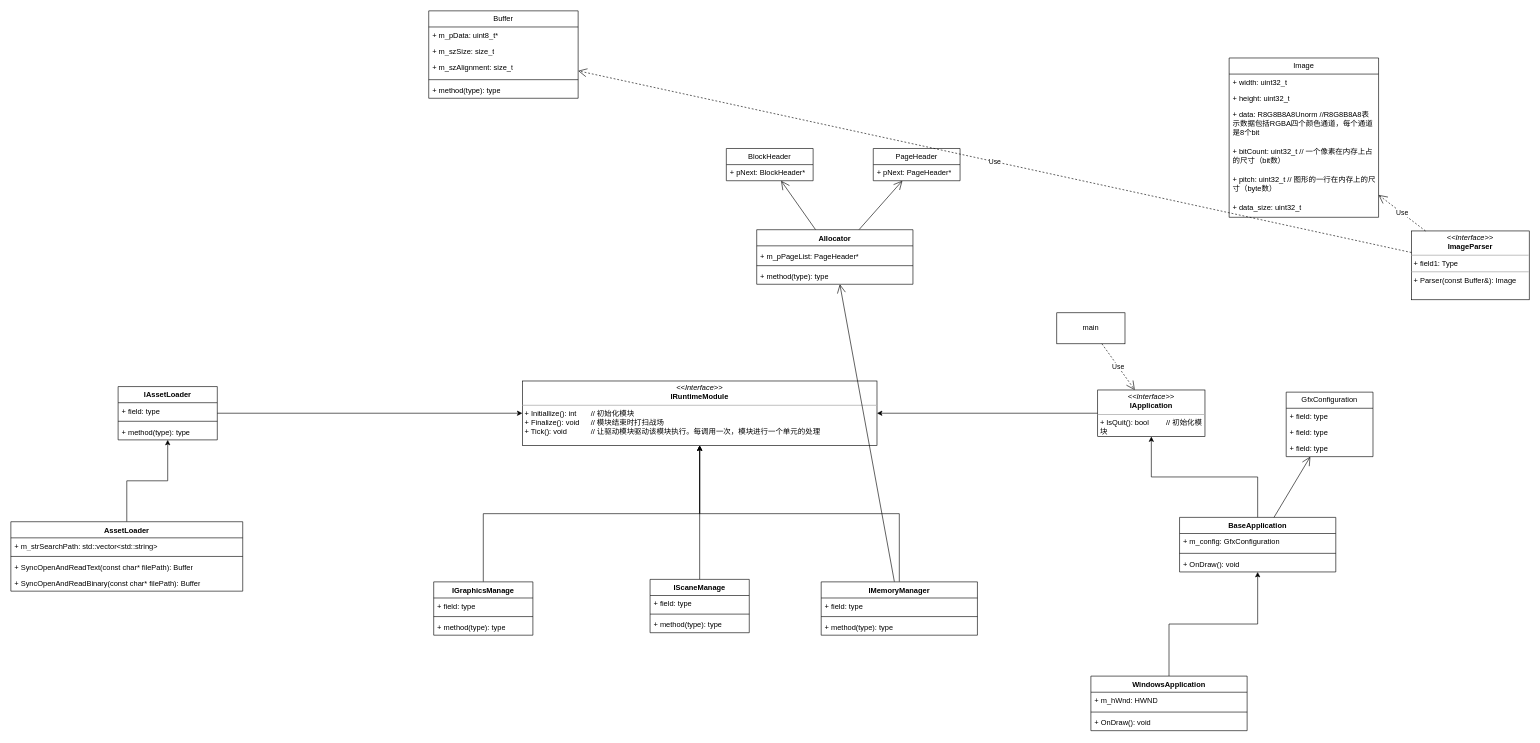
The draw.io diagram page "总图" (1 of 7) of GameEngine.drawio in yzscodehub/Resource, before the edit. Source tidied: cells renumbered, new cells numbered last; positions are measured from the earlier drawing's top-left corner, leaving out a move shared by most shapes. Both pictures are drawn from the tidied source at 62%, with x=0, y=0 at pixel (11, 11).
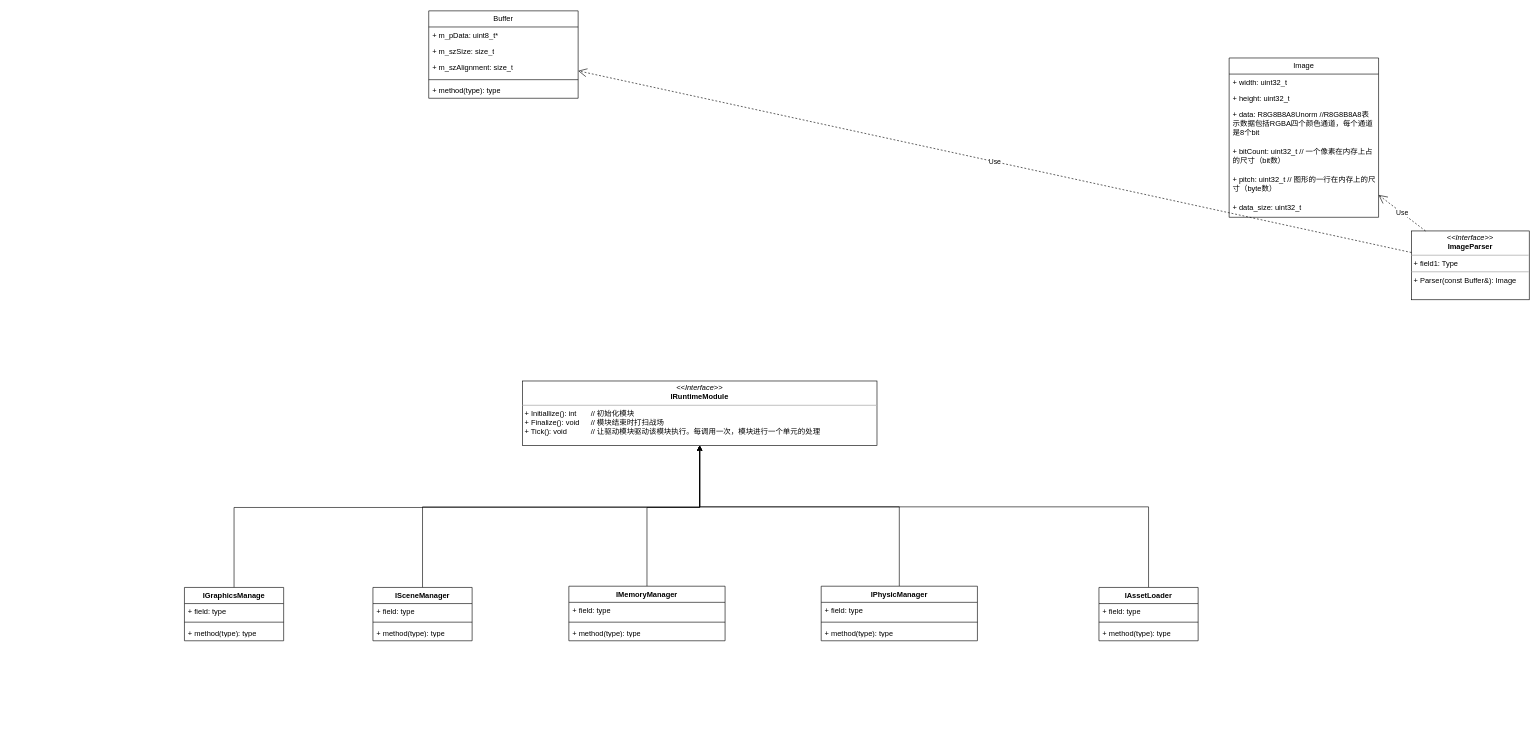
Above is the later version.

Unchanged cells that the change refers to:
```xml
<mxCell id="2" value="&lt;p style=&quot;margin:0px;margin-top:4px;text-align:center;&quot;&gt;&lt;i&gt;&amp;lt;&amp;lt;Interface&amp;gt;&amp;gt;&lt;/i&gt;&lt;br&gt;&lt;b&gt;IRuntimeModule&lt;/b&gt;&lt;/p&gt;&lt;hr size=&quot;1&quot;&gt;&lt;p style=&quot;margin:0px;margin-left:4px;&quot;&gt;+ Initiallize(): int&amp;nbsp;&lt;span style=&quot;&quot;&gt;&lt;span style=&quot;white-space: pre;&quot;&gt;&amp;nbsp;&amp;nbsp;&amp;nbsp;&amp;nbsp;&lt;span style=&quot;white-space: pre;&quot;&gt;&#9;&lt;/span&gt;&lt;/span&gt;&lt;/span&gt;// 初始化模块&lt;br&gt;+ Finalize(): void&lt;span style=&quot;&quot;&gt;&lt;span style=&quot;white-space: pre;&quot;&gt;&amp;nbsp;&amp;nbsp;&amp;nbsp;&lt;span style=&quot;white-space: pre;&quot;&gt;&#9;&lt;/span&gt;&lt;/span&gt;&lt;/span&gt;// 模块结束时打扫战场&lt;/p&gt;&lt;p style=&quot;margin:0px;margin-left:4px;&quot;&gt;+ Tick(): void&amp;nbsp;&lt;span style=&quot;&quot;&gt;&lt;span style=&quot;white-space: pre;&quot;&gt;&amp;nbsp;&amp;nbsp;&amp;nbsp;&amp;nbsp;&lt;/span&gt;&lt;/span&gt;&lt;span style=&quot;&quot;&gt;&lt;span style=&quot;white-space: pre;&quot;&gt;&amp;nbsp;&amp;nbsp;&amp;nbsp;&amp;nbsp;&lt;span style=&quot;white-space: pre;&quot;&gt;&#9;&lt;/span&gt;&lt;/span&gt;&lt;/span&gt;// 让驱动模块驱动该模块执行。每调用一次，模块进行一个单元的处理&lt;/p&gt;" style="verticalAlign=top;align=left;overflow=fill;fontSize=12;fontFamily=Helvetica;html=1;whiteSpace=wrap;" parent="1" vertex="1">
  <mxGeometry x="825" y="597" width="572" height="104" as="geometry" />
</mxCell>
```

Diff of the diagram source:
```diff
@@
-    <mxCell id="3" style="edgeStyle=orthogonalEdgeStyle;rounded=0;jettySize=auto;html=1;" parent="1" edge="1" source="4" target="2">
-      <mxGeometry relative="1" as="geometry" />
-    </mxCell>
-    <mxCell id="4" value="&lt;p style=&quot;margin:0px;margin-top:4px;text-align:center;&quot;&gt;&lt;i&gt;&amp;lt;&amp;lt;Interface&amp;gt;&amp;gt;&lt;/i&gt;&lt;br&gt;&lt;b&gt;IApplication&lt;/b&gt;&lt;/p&gt;&lt;hr size=&quot;1&quot;&gt;&lt;p style=&quot;margin:0px;margin-left:4px;&quot;&gt;+ IsQuit(): bool&amp;nbsp;&lt;span style=&quot;&quot;&gt;&lt;span style=&quot;white-space: pre;&quot;&gt;&amp;nbsp;&amp;nbsp;&amp;nbsp;&amp;nbsp;&lt;span style=&quot;white-space: pre;&quot;&gt;&#9;&lt;/span&gt;&lt;/span&gt;&lt;/span&gt;// 初始化模块&lt;br&gt;&lt;/p&gt;" style="verticalAlign=top;align=left;overflow=fill;fontSize=12;fontFamily=Helvetica;html=1;whiteSpace=wrap;" parent="1" vertex="1">
-      <mxGeometry x="1753" y="611.5" width="173" height="75" as="geometry" />
-    </mxCell>
-    <mxCell id="5" value="main" style="html=1;whiteSpace=wrap;" parent="1" vertex="1">
-      <mxGeometry x="1687" y="487" width="110" height="50" as="geometry" />
-    </mxCell>
-    <mxCell id="6" value="Use" style="endArrow=open;endSize=12;dashed=1;html=1;rounded=0;" parent="1" edge="1" source="5" target="4">
-      <mxGeometry relative="1" as="geometry" />
-    </mxCell>
     <mxCell id="7" style="edgeStyle=orthogonalEdgeStyle;rounded=0;jettySize=auto;html=1;" parent="1" edge="1" source="10" target="2">
-      <mxGeometry relative="1" as="geometry" />
+      <mxGeometry relative="1" as="geometry">
+        <Array as="points">
+          <mxPoint x="1026" y="801" />
+          <mxPoint x="1111" y="801" />
+        </Array>
+      </mxGeometry>
     </mxCell>
-    <mxCell id="8" style="edgeStyle=orthogonalEdgeStyle;rounded=0;jettySize=auto;html=1;" parent="1" edge="1" source="14" target="2">
-      <mxGeometry relative="1" as="geometry" />
-    </mxCell>
-    <mxCell id="9" style="endArrow=open;endFill=1;endSize=12;html=1;rounded=0;" parent="1" edge="1" source="10" target="24">
-      <mxGeometry relative="1" as="geometry" />
-    </mxCell>
     <mxCell id="10" value="IMemoryManager" style="swimlane;fontStyle=1;align=center;verticalAlign=top;horizontal=1;startSize=26;whiteSpace=wrap;html=1;" parent="1" vertex="1">
-      <mxGeometry x="1307" y="921" width="252" height="86" as="geometry" />
+      <mxGeometry x="900" y="928" width="252" height="88" as="geometry" />
     </mxCell>
-    <mxCell id="11" value="+ field: type" style="text;strokeColor=none;fillColor=none;align=left;verticalAlign=top;spacingLeft=4;spacingRight=4;overflow=hidden;whiteSpace=wrap;html=1;" parent="10" vertex="1">
-      <mxGeometry y="26" width="252" height="26" as="geometry" />
-    </mxCell>
+    <mxCell id="75" value="+ field: type" style="text;strokeColor=none;fillColor=none;align=left;verticalAlign=top;spacingLeft=4;spacingRight=4;overflow=hidden;whiteSpace=wrap;html=1;" parent="10" vertex="1">
+      <mxGeometry y="26" width="252" height="28" as="geometry" />
+    </mxCell>
     <mxCell id="12" style="line;strokeWidth=1;fillColor=none;align=left;verticalAlign=middle;spacingTop=-1;spacingLeft=3;spacingRight=3;labelPosition=right;strokeColor=inherit;" parent="10" vertex="1">
-      <mxGeometry y="52" width="252" height="8" as="geometry" />
+      <mxGeometry y="54" width="252" height="8" as="geometry" />
     </mxCell>
     <mxCell id="13" value="+ method(type): type" style="text;strokeColor=none;fillColor=none;align=left;verticalAlign=top;spacingLeft=4;spacingRight=4;overflow=hidden;whiteSpace=wrap;html=1;" parent="10" vertex="1">
-      <mxGeometry y="60" width="252" height="26" as="geometry" />
+      <mxGeometry y="62" width="252" height="26" as="geometry" />
     </mxCell>
+    <mxCell id="8" style="edgeStyle=orthogonalEdgeStyle;rounded=0;jettySize=auto;html=1;" parent="1" edge="1" source="14" target="2">
+      <mxGeometry relative="1" as="geometry">
+        <Array as="points">
+          <mxPoint x="360" y="801" />
+          <mxPoint x="1111" y="801" />
+        </Array>
+      </mxGeometry>
+    </mxCell>
     <mxCell id="14" value="IGraphicsManage" style="swimlane;fontStyle=1;align=center;verticalAlign=top;horizontal=1;startSize=26;whiteSpace=wrap;html=1;" parent="1" vertex="1">
-      <mxGeometry x="682" y="921" width="160" height="86" as="geometry" />
+      <mxGeometry x="280" y="930" width="160" height="86" as="geometry" />
     </mxCell>
@@
-    <mxCell id="18" value="BlockHeader" style="swimlane;fontStyle=0;horizontal=1;startSize=26;fillColor=none;whiteSpace=wrap;html=1;" parent="1" vertex="1">
-      <mxGeometry x="1154" y="222" width="140" height="52" as="geometry" />
-    </mxCell>
-    <mxCell id="19" value="+ pNext: BlockHeader*" style="text;strokeColor=none;fillColor=none;align=left;verticalAlign=top;spacingLeft=4;spacingRight=4;overflow=hidden;whiteSpace=wrap;html=1;" parent="18" vertex="1">
-      <mxGeometry y="26" width="140" height="26" as="geometry" />
-    </mxCell>
-    <mxCell id="20" value="PageHeader" style="swimlane;fontStyle=0;horizontal=1;startSize=26;fillColor=none;whiteSpace=wrap;html=1;" parent="1" vertex="1">
-      <mxGeometry x="1391" y="222" width="140" height="52" as="geometry" />
-    </mxCell>
-    <mxCell id="21" value="+ pNext: PageHeader*" style="text;strokeColor=none;fillColor=none;align=left;verticalAlign=top;spacingLeft=4;spacingRight=4;overflow=hidden;whiteSpace=wrap;html=1;" parent="20" vertex="1">
-      <mxGeometry y="26" width="140" height="26" as="geometry" />
-    </mxCell>
-    <mxCell id="22" style="endArrow=open;endFill=1;endSize=12;html=1;rounded=0;" parent="1" edge="1" source="24" target="18">
-      <mxGeometry relative="1" as="geometry" />
-    </mxCell>
-    <mxCell id="23" style="endArrow=open;endFill=1;endSize=12;html=1;rounded=0;" parent="1" edge="1" source="24" target="20">
-      <mxGeometry relative="1" as="geometry" />
-    </mxCell>
-    <mxCell id="24" value="&lt;b style=&quot;border-color: var(--border-color);&quot;&gt;Allocator&lt;/b&gt;" style="swimlane;fontStyle=1;align=center;verticalAlign=top;horizontal=1;startSize=26;whiteSpace=wrap;html=1;" parent="1" vertex="1">
-      <mxGeometry x="1203" y="353" width="252" height="88" as="geometry" />
-    </mxCell>
-    <mxCell id="25" value="&lt;p style=&quot;border-color: var(--border-color); margin: 4px 0px 0px; text-align: center;&quot;&gt;&lt;span style=&quot;background-color: initial; text-align: left;&quot;&gt;+ m_pPageList: PageHeader*&lt;/span&gt;&lt;/p&gt;" style="text;strokeColor=none;fillColor=none;align=left;verticalAlign=top;spacingLeft=4;spacingRight=4;overflow=hidden;whiteSpace=wrap;html=1;" parent="24" vertex="1">
-      <mxGeometry y="26" width="252" height="28" as="geometry" />
-    </mxCell>
-    <mxCell id="26" style="line;strokeWidth=1;fillColor=none;align=left;verticalAlign=middle;spacingTop=-1;spacingLeft=3;spacingRight=3;labelPosition=right;strokeColor=inherit;" parent="24" vertex="1">
-      <mxGeometry y="54" width="252" height="8" as="geometry" />
-    </mxCell>
-    <mxCell id="27" value="+ method(type): type" style="text;strokeColor=none;fillColor=none;align=left;verticalAlign=top;spacingLeft=4;spacingRight=4;overflow=hidden;whiteSpace=wrap;html=1;" parent="24" vertex="1">
-      <mxGeometry y="62" width="252" height="26" as="geometry" />
-    </mxCell>
@@
-    <mxCell id="44" style="edgeStyle=orthogonalEdgeStyle;rounded=0;jettySize=auto;html=1;" parent="1" edge="1" source="45" target="4">
-      <mxGeometry relative="1" as="geometry" />
-    </mxCell>
-    <mxCell id="45" value="BaseApplication" style="swimlane;fontStyle=1;align=center;verticalAlign=top;horizontal=1;startSize=26;whiteSpace=wrap;html=1;" parent="1" vertex="1">
-      <mxGeometry x="1885" y="817" width="252" height="88" as="geometry" />
-    </mxCell>
-    <mxCell id="46" value="+ m_config:&amp;nbsp;GfxConfiguration" style="text;strokeColor=none;fillColor=none;align=left;verticalAlign=top;spacingLeft=4;spacingRight=4;overflow=hidden;whiteSpace=wrap;html=1;" parent="45" vertex="1">
-      <mxGeometry y="26" width="252" height="28" as="geometry" />
-    </mxCell>
-    <mxCell id="47" style="line;strokeWidth=1;fillColor=none;align=left;verticalAlign=middle;spacingTop=-1;spacingLeft=3;spacingRight=3;labelPosition=right;strokeColor=inherit;" parent="45" vertex="1">
-      <mxGeometry y="54" width="252" height="8" as="geometry" />
-    </mxCell>
-    <mxCell id="48" value="+ OnDraw(): void" style="text;strokeColor=none;fillColor=none;align=left;verticalAlign=top;spacingLeft=4;spacingRight=4;overflow=hidden;whiteSpace=wrap;html=1;" parent="45" vertex="1">
-      <mxGeometry y="62" width="252" height="26" as="geometry" />
-    </mxCell>
-    <mxCell id="49" value="GfxConfiguration" style="swimlane;fontStyle=0;horizontal=1;startSize=26;fillColor=none;whiteSpace=wrap;html=1;" parent="1" vertex="1">
-      <mxGeometry x="2057" y="615" width="140" height="104" as="geometry" />
-    </mxCell>
-    <mxCell id="50" value="+ field: type" style="text;strokeColor=none;fillColor=none;align=left;verticalAlign=top;spacingLeft=4;spacingRight=4;overflow=hidden;whiteSpace=wrap;html=1;" parent="49" vertex="1">
-      <mxGeometry y="26" width="140" height="26" as="geometry" />
-    </mxCell>
-    <mxCell id="51" value="+ field: type" style="text;strokeColor=none;fillColor=none;align=left;verticalAlign=top;spacingLeft=4;spacingRight=4;overflow=hidden;whiteSpace=wrap;html=1;" parent="49" vertex="1">
-      <mxGeometry y="52" width="140" height="26" as="geometry" />
-    </mxCell>
-    <mxCell id="52" value="+ field: type" style="text;strokeColor=none;fillColor=none;align=left;verticalAlign=top;spacingLeft=4;spacingRight=4;overflow=hidden;whiteSpace=wrap;html=1;" parent="49" vertex="1">
-      <mxGeometry y="78" width="140" height="26" as="geometry" />
-    </mxCell>
-    <mxCell id="53" style="endArrow=open;endFill=1;endSize=12;html=1;rounded=0;" parent="1" edge="1" source="45" target="49">
-      <mxGeometry relative="1" as="geometry" />
-    </mxCell>
-    <mxCell id="54" style="edgeStyle=orthogonalEdgeStyle;rounded=0;jettySize=auto;html=1;" parent="1" edge="1" source="55" target="45">
-      <mxGeometry relative="1" as="geometry" />
-    </mxCell>
-    <mxCell id="55" value="WindowsApplication" style="swimlane;fontStyle=1;align=center;verticalAlign=top;horizontal=1;startSize=26;whiteSpace=wrap;html=1;" parent="1" vertex="1">
-      <mxGeometry x="1742" y="1073" width="252" height="88" as="geometry" />
-    </mxCell>
-    <mxCell id="56" value="+ m_hWnd:&amp;nbsp;HWND" style="text;strokeColor=none;fillColor=none;align=left;verticalAlign=top;spacingLeft=4;spacingRight=4;overflow=hidden;whiteSpace=wrap;html=1;" parent="55" vertex="1">
-      <mxGeometry y="26" width="252" height="28" as="geometry" />
-    </mxCell>
-    <mxCell id="57" style="line;strokeWidth=1;fillColor=none;align=left;verticalAlign=middle;spacingTop=-1;spacingLeft=3;spacingRight=3;labelPosition=right;strokeColor=inherit;" parent="55" vertex="1">
-      <mxGeometry y="54" width="252" height="8" as="geometry" />
-    </mxCell>
-    <mxCell id="58" value="+ OnDraw(): void" style="text;strokeColor=none;fillColor=none;align=left;verticalAlign=top;spacingLeft=4;spacingRight=4;overflow=hidden;whiteSpace=wrap;html=1;" parent="55" vertex="1">
-      <mxGeometry y="62" width="252" height="26" as="geometry" />
-    </mxCell>
-    <mxCell id="59" style="edgeStyle=orthogonalEdgeStyle;rounded=0;jettySize=auto;html=1;" parent="1" edge="1" source="71" target="2">
-      <mxGeometry relative="1" as="geometry" />
-    </mxCell>
-    <mxCell id="60" style="edgeStyle=orthogonalEdgeStyle;rounded=0;jettySize=auto;html=1;" parent="1" edge="1" source="61" target="71">
-      <mxGeometry relative="1" as="geometry" />
-    </mxCell>
-    <mxCell id="61" value="AssetLoader" style="swimlane;fontStyle=1;align=center;verticalAlign=top;horizontal=1;startSize=26;whiteSpace=wrap;html=1;" parent="1" vertex="1">
-      <mxGeometry y="824" width="374" height="112" as="geometry" />
-    </mxCell>
-    <mxCell id="62" value="+ m_strSearchPath: std::vector&amp;lt;std::string&amp;gt;" style="text;strokeColor=none;fillColor=none;align=left;verticalAlign=top;spacingLeft=4;spacingRight=4;overflow=hidden;whiteSpace=wrap;html=1;" parent="61" vertex="1">
-      <mxGeometry y="26" width="374" height="26" as="geometry" />
-    </mxCell>
-    <mxCell id="63" style="line;strokeWidth=1;fillColor=none;align=left;verticalAlign=middle;spacingTop=-1;spacingLeft=3;spacingRight=3;labelPosition=right;strokeColor=inherit;" parent="61" vertex="1">
-      <mxGeometry y="52" width="374" height="8" as="geometry" />
-    </mxCell>
-    <mxCell id="64" value="+ SyncOpenAndReadText(const char* filePath): Buffer" style="text;strokeColor=none;fillColor=none;align=left;verticalAlign=top;spacingLeft=4;spacingRight=4;overflow=hidden;whiteSpace=wrap;html=1;" parent="61" vertex="1">
-      <mxGeometry y="60" width="374" height="26" as="geometry" />
-    </mxCell>
-    <mxCell id="65" value="+ SyncOpenAndReadBinary(const char* filePath): Buffer" style="text;strokeColor=none;fillColor=none;align=left;verticalAlign=top;spacingLeft=4;spacingRight=4;overflow=hidden;whiteSpace=wrap;html=1;" parent="61" vertex="1">
-      <mxGeometry y="86" width="374" height="26" as="geometry" />
-    </mxCell>
     <mxCell id="66" style="edgeStyle=orthogonalEdgeStyle;rounded=0;jettySize=auto;html=1;" parent="1" edge="1" source="67" target="2">
-      <mxGeometry relative="1" as="geometry" />
+      <mxGeometry relative="1" as="geometry">
+        <Array as="points">
+          <mxPoint x="664" y="800" />
+          <mxPoint x="1111" y="800" />
+        </Array>
+      </mxGeometry>
     </mxCell>
-    <mxCell id="67" value="IScaneManage" style="swimlane;fontStyle=1;align=center;verticalAlign=top;horizontal=1;startSize=26;whiteSpace=wrap;html=1;" parent="1" vertex="1">
-      <mxGeometry x="1031" y="917" width="160" height="86" as="geometry" />
+    <mxCell id="67" value="ISceneManager" style="swimlane;fontStyle=1;align=center;verticalAlign=top;horizontal=1;startSize=26;whiteSpace=wrap;html=1;" parent="1" vertex="1">
+      <mxGeometry x="584" y="930" width="160" height="86" as="geometry" />
     </mxCell>
@@
+    <mxCell id="59" style="edgeStyle=orthogonalEdgeStyle;rounded=0;jettySize=auto;html=1;" parent="1" edge="1" source="71" target="2">
+      <mxGeometry relative="1" as="geometry">
+        <Array as="points">
+          <mxPoint x="1835" y="800" />
+          <mxPoint x="1111" y="800" />
+        </Array>
+      </mxGeometry>
+    </mxCell>
     <mxCell id="71" value="IAssetLoader" style="swimlane;fontStyle=1;align=center;verticalAlign=top;horizontal=1;startSize=26;whiteSpace=wrap;html=1;" parent="1" vertex="1">
-      <mxGeometry x="173" y="606" width="160" height="86" as="geometry" />
+      <mxGeometry x="1755" y="930" width="160" height="86" as="geometry" />
     </mxCell>
@@
+    <mxCell id="76" style="edgeStyle=orthogonalEdgeStyle;rounded=0;jettySize=auto;html=1;" parent="1" edge="1" source="77" target="2">
+      <mxGeometry relative="1" as="geometry">
+        <Array as="points">
+          <mxPoint x="1433" y="800" />
+          <mxPoint x="1111" y="800" />
+        </Array>
+      </mxGeometry>
+    </mxCell>
+    <mxCell id="77" value="IPhysicManager" style="swimlane;fontStyle=1;align=center;verticalAlign=top;horizontal=1;startSize=26;whiteSpace=wrap;html=1;" parent="1" vertex="1">
+      <mxGeometry x="1307" y="928" width="252" height="88" as="geometry" />
+    </mxCell>
+    <mxCell id="78" value="+ field: type" style="text;strokeColor=none;fillColor=none;align=left;verticalAlign=top;spacingLeft=4;spacingRight=4;overflow=hidden;whiteSpace=wrap;html=1;" parent="77" vertex="1">
+      <mxGeometry y="26" width="252" height="28" as="geometry" />
+    </mxCell>
+    <mxCell id="79" style="line;strokeWidth=1;fillColor=none;align=left;verticalAlign=middle;spacingTop=-1;spacingLeft=3;spacingRight=3;labelPosition=right;strokeColor=inherit;" parent="77" vertex="1">
+      <mxGeometry y="54" width="252" height="8" as="geometry" />
+    </mxCell>
+    <mxCell id="27" value="+ method(type): type" style="text;strokeColor=none;fillColor=none;align=left;verticalAlign=top;spacingLeft=4;spacingRight=4;overflow=hidden;whiteSpace=wrap;html=1;" parent="77" vertex="1">
+      <mxGeometry y="62" width="252" height="26" as="geometry" />
+    </mxCell>
```
